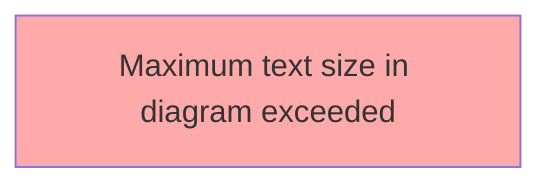
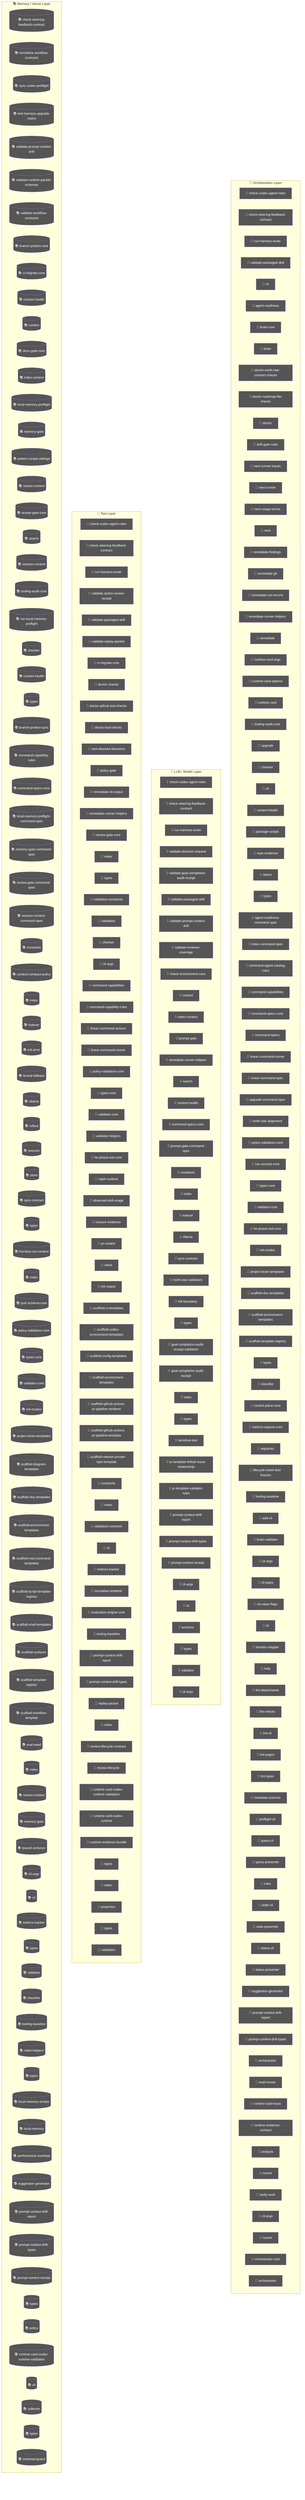
flowchart TD
  subgraph Orchestration["🎯 Orchestration Layer"]
    node_agent_mmd_orchestration_layer_orchestration_chec_7a9f0b64["🤖 check-codex-agent-roles"]
    node_agent_mmd_orchestration_layer_orchestration_chec_7fd47f5c["🤖 check-steering-feedback-contract"]
    node_agent_mmd_orchestration_layer_orchestration_run__18817957["🤖 run-harness-evals"]
    node_agent_mmd_orchestration_layer_orchestration_vali_c01b04be["🤖 validate-packaged-skill"]
    cli_99bb8840["🤖 cli"]
    agent_readiness_c82c68e6["🤖 agent-readiness"]
    brain_core_aa07c380["🤖 brain-core"]
    brain_bbbf7a64["🤖 brain"]
    doctor_north_star_contract_checks_0048124c["🤖 doctor-north-star-contract-checks"]
    doctor_roadmap_file_checks_14447b8e["🤖 doctor-roadmap-file-checks"]
    doctor_72f4be89["🤖 doctor"]
    drift_gate_rules_9685e72d["🤖 drift-gate-rules"]
    next_runner_inputs_754dba64["🤖 next-runner-inputs"]
    next_runner_41643472["🤖 next-runner"]
    next_usage_errors_837a345a["🤖 next-usage-errors"]
    next_c6c1c9a9["🤖 next"]
    remediate_findings_8b09c8c6["🤖 remediate-findings"]
    remediate_git_58c6f6f4["🤖 remediate-git"]
    remediate_run_record_9dfe5dc1["🤖 remediate-run-record"]
    node_agent_mmd_orchestration_layer_orchestration_reme_359fe98f["🤖 remediate-runner-helpers"]
    remediate_06b9c7fc["🤖 remediate"]
    runtime_card_args_2b3d4b28["🤖 runtime-card-args"]
    runtime_card_options_c9156ad5["🤖 runtime-card-options"]
    runtime_card_e06b53e1["🤖 runtime-card"]
    node_agent_mmd_orchestration_layer_orchestration_tool_acfe0c01["🤖 tooling-audit-core"]
    upgrade_7fef9479["🤖 upgrade"]
    node_agent_mmd_orchestration_layer_orchestration_chec_0550c395["🤖 checker"]
    cli_1_084e05fe["🤖 cli"]
    node_agent_mmd_orchestration_layer_orchestration_cont_61b3b9c9["🤖 context-health"]
    package_scripts_3ee6150f["🤖 package-scripts"]
    repo_evidence_38bb1de5["🤖 repo-evidence"]
    status_073c1634["🤖 status"]
    node_agent_mmd_orchestration_layer_orchestration_type_4f906dcc["🤖 types"]
    agent_readiness_command_spec_a30c2c1e["🤖 agent-readiness-command-spec"]
    brain_command_spec_15b122d5["🤖 brain-command-spec"]
    command_agent_catalog_rules_8e06b2af["🤖 command-agent-catalog-rules"]
    node_agent_mmd_orchestration_layer_orchestration_comm_6e41a7f7["🤖 command-capabilities"]
    node_agent_mmd_orchestration_layer_orchestration_comm_1f8cc24c["🤖 command-specs-core"]
    command_specs_69167c63["🤖 command-specs"]
    node_agent_mmd_orchestration_layer_orchestration_line_b67affd5["🤖 linear-command-runner"]
    linear_command_spec_1e12dd44["🤖 linear-command-spec"]
    upgrade_command_spec_03f6c7bd["🤖 upgrade-command-spec"]
    north_star_alignment_00440188["🤖 north-star-alignment"]
    node_agent_mmd_orchestration_layer_orchestration_poli_3270b55d["🤖 policy-validators-core"]
    run_records_core_89286dfa["🤖 run-records-core"]
    node_agent_mmd_orchestration_layer_orchestration_type_7cf81261["🤖 types-core"]
    node_agent_mmd_orchestration_layer_orchestration_vali_d9fe99e6["🤖 validator-core"]
    node_agent_mmd_orchestration_layer_orchestration_he_p_fc778c24["🤖 he-phase-exit-core"]
    node_agent_mmd_orchestration_layer_orchestration_init_2a9c3ecb["🤖 init-modes"]
    node_agent_mmd_orchestration_layer_orchestration_proj_6ab6f60f["🤖 project-brain-templates"]
    node_agent_mmd_orchestration_layer_orchestration_scaf_12cc07db["🤖 scaffold-doc-templates"]
    node_agent_mmd_orchestration_layer_orchestration_scaf_c9a90c2f["🤖 scaffold-environment-templates"]
    node_agent_mmd_orchestration_layer_orchestration_scaf_ff8f92f6["🤖 scaffold-template-registry"]
    types_16_0fae1112["🤖 types"]
    node_agent_mmd_orchestration_layer_orchestration_clas_899b821a["🤖 classifier"]
    control_plane_core_db3b4cb2["🤖 control-plane-core"]
    metrics_capture_core_db4bf7cf["🤖 metrics-capture-core"]
    registries_06402afa["🤖 registries"]
    lifecycle_intent_test_fixtures_a53c7ada["🤖 lifecycle-intent-test-fixtures"]
    node_agent_mmd_orchestration_layer_orchestration_tool_cc43149f["🤖 tooling-baseline"]
    add_cli_7614de25["🤖 add-cli"]
    brain_validator_be251832["🤖 brain-validator"]
    cli_args_8_d546936e["🤖 cli-args"]
    cli_types_1686e858["🤖 cli-types"]
    cli_value_flags_732a8e43["🤖 cli-value-flags"]
    cli_9_b54c1407["🤖 cli"]
    domain_mapper_cd9333d2["🤖 domain-mapper"]
    help_106a5842["🤖 help"]
    lint_attachments_873c0632["🤖 lint-attachments"]
    lint_checks_83522b19["🤖 lint-checks"]
    lint_cli_9ec62ec0["🤖 lint-cli"]
    lint_pages_e33301d0["🤖 lint-pages"]
    lint_types_2862c255["🤖 lint-types"]
    metadata_scanner_6a101b66["🤖 metadata-scanner"]
    preflight_cli_5d148379["🤖 preflight-cli"]
    query_cli_b95be64d["🤖 query-cli"]
    query_presenter_02e6077c["🤖 query-presenter"]
    rules_6c621d1a["🤖 rules"]
    stale_cli_64548720["🤖 stale-cli"]
    stale_presenter_1de4e3a2["🤖 stale-presenter"]
    status_cli_4c24a0d6["🤖 status-cli"]
    status_presenter_8de686c1["🤖 status-presenter"]
    node_agent_mmd_orchestration_layer_orchestration_sugg_85c5ebe3["🤖 suggestion-generator"]
    node_agent_mmd_orchestration_layer_orchestration_prom_d17b4de2["🤖 prompt-context-drift-report"]
    node_agent_mmd_orchestration_layer_orchestration_prom_77088997["🤖 prompt-context-drift-types"]
    orchestrator_11376b7e["🤖 orchestrator"]
    eval_runner_0966a6b3["🤖 eval-runner"]
    runtime_card_trace_64a5ca95["🤖 runtime-card-trace"]
    runtime_evidence_contract_0f7b15b2["🤖 runtime-evidence-contract"]
    analysis_f44e85c4["🤖 analysis"]
    runner_527aa9f4["🤖 runner"]
    verify_work_1_cd8e7ec3["🤖 verify-work"]
    cli_args_14_3481043e["🤖 cli-args"]
    runner_1_6f281bf8["🤖 runner"]
    orchestrator_core_d0678b53["🤖 orchestrator-core"]
    orchestrator_1_6b7137c5["🤖 orchestrator"]
  end
  subgraph LLMLayer["🧠 LLM / Model Layer"]
    node_agent_mmd_llm_model_layer_llmlayer_check_codex_a_29e7b7fa["💡 check-codex-agent-roles"]
    node_agent_mmd_llm_model_layer_llmlayer_check_steerin_0e1bf90d["💡 check-steering-feedback-contract"]
    node_agent_mmd_llm_model_layer_llmlayer_run_harness_e_603fcfdc["💡 run-harness-evals"]
    validate_decision_request_2e5c325e["💡 validate-decision-request"]
    validate_goal_completion_audit_receipt_100d252c["💡 validate-goal-completion-audit-receipt"]
    node_agent_mmd_llm_model_layer_llmlayer_validate_pack_2a12e1f4["💡 validate-packaged-skill"]
    node_agent_mmd_llm_model_layer_llmlayer_validate_prom_9880f764["💡 validate-prompt-context-drift"]
    validate_reviewer_coverage_251efee3["💡 validate-reviewer-coverage"]
    check_environment_core_2c16213f["💡 check-environment-core"]
    node_agent_mmd_llm_model_layer_llmlayer_context_conte_ad2dfbd9["💡 context"]
    node_agent_mmd_llm_model_layer_llmlayer_index_context_1041bd11["💡 index-context"]
    prompt_gate_c5e9d207["💡 prompt-gate"]
    node_agent_mmd_llm_model_layer_llmlayer_remediate_run_9e3d4585["💡 remediate-runner-helpers"]
    node_agent_mmd_llm_model_layer_llmlayer_search_search_66b9a911["💡 search"]
    node_agent_mmd_llm_model_layer_llmlayer_context_healt_cfc0bfa8["💡 context-health"]
    node_agent_mmd_llm_model_layer_llmlayer_command_specs_782af9fa["💡 command-specs-core"]
    prompt_gate_command_spec_9a941482["💡 prompt-gate-command-spec"]
    node_agent_mmd_llm_model_layer_llmlayer_constants_con_c9bd3f6c["💡 constants"]
    node_agent_mmd_llm_model_layer_llmlayer_index_index_1_02e160ff["💡 index"]
    node_agent_mmd_llm_model_layer_llmlayer_indexer_index_4f4deef5["💡 indexer"]
    node_agent_mmd_llm_model_layer_llmlayer_ollama_ollama_968b23fa["💡 ollama"]
    node_agent_mmd_llm_model_layer_llmlayer_sync_contract_9f3cc8c1["💡 sync-contract"]
    north_star_validators_cfc926ce["💡 north-star-validators"]
    hilt_boundary_9b36fb15["💡 hilt-boundary"]
    types_10_75e5a4a0["💡 types"]
    goal_completion_audit_receipt_validation_9d0f4891["💡 goal-completion-audit-receipt-validation"]
    goal_completion_audit_receipt_5e4939c3["💡 goal-completion-audit-receipt"]
    index_5_522f772a["💡 index"]
    node_agent_mmd_llm_model_layer_llmlayer_constants_con_c9bd3f6c["💡 constants"]
    types_17_ed30531c["💡 types"]
    sensitive_text_7c11f760["💡 sensitive-text"]
    pr_template_linked_issue_relationship_a7b61f2c["💡 pr-template-linked-issue-relationship"]
    pr_template_validator_rules_20a32d6b["💡 pr-template-validator-rules"]
    node_agent_mmd_llm_model_layer_llmlayer_index_index_1_02e160ff["💡 index"]
    node_agent_mmd_llm_model_layer_llmlayer_prompt_contex_81f9066a["💡 prompt-context-drift-report"]
    node_agent_mmd_llm_model_layer_llmlayer_prompt_contex_e5066b88["💡 prompt-context-drift-types"]
    node_agent_mmd_llm_model_layer_llmlayer_index_index_1_02e160ff["💡 index"]
    node_agent_mmd_llm_model_layer_llmlayer_prompt_contex_6426acc2["💡 prompt-context-receipt"]
    cli_args_9_9c136878["💡 cli-args"]
    cli_10_35dc8cbd["💡 cli"]
    sections_4697ef32["💡 sections"]
    types_27_4d134744["💡 types"]
    validator_7_f836eb0e["💡 validator"]
    cli_args_10_861cdd3f["💡 cli-args"]
  end
  subgraph ToolLayer["🔧 Tool Layer"]
    node_agent_mmd_tool_layer_toollayer_check_codex_agent_4b361d5a["🔧 check-codex-agent-roles"]
    node_agent_mmd_tool_layer_toollayer_check_steering_fe_eafecf3a["🔧 check-steering-feedback-contract"]
    node_agent_mmd_tool_layer_toollayer_run_harness_evals_e2ee24f1["🔧 run-harness-evals"]
    validate_action_review_receipt_fa2f06c3["🔧 validate-action-review-receipt"]
    node_agent_mmd_tool_layer_toollayer_validate_packaged_2855c827["🔧 validate-packaged-skill"]
    validate_replay_packet_f309747e["🔧 validate-replay-packet"]
    node_agent_mmd_tool_layer_toollayer_ci_migrate_core_c_049f8460["🔧 ci-migrate-core"]
    doctor_checks_5a2eb2b9["🔧 doctor-checks"]
    doctor_github_tool_checks_a53b0382["🔧 doctor-github-tool-checks"]
    doctor_tool_checks_4acac51a["🔧 doctor-tool-checks"]
    next_blocked_decisions_4140ad2b["🔧 next-blocked-decisions"]
    policy_gate_213f7313["🔧 policy-gate"]
    remediate_cli_output_cc165396["🔧 remediate-cli-output"]
    node_agent_mmd_tool_layer_toollayer_remediate_runner__c003b871["🔧 remediate-runner-helpers"]
    node_agent_mmd_tool_layer_toollayer_review_gate_core__7704598b["🔧 review-gate-core"]
    index_1bc04b52["🔧 index"]
    types_1_4ecdf56e["🔧 types"]
    validation_constants_e002a0f6["🔧 validation-constants"]
    validation_98c41dcd["🔧 validation"]
    node_agent_mmd_tool_layer_toollayer_checker_checker_2_453d593b["🔧 checker"]
    cli_args_1_6144b055["🔧 cli-args"]
    node_agent_mmd_tool_layer_toollayer_command_capabilit_7fe13db1["🔧 command-capabilities"]
    node_agent_mmd_tool_layer_toollayer_command_capabilit_e97a4615["🔧 command-capability-rules"]
    linear_command_actions_e430f4f4["🔧 linear-command-actions"]
    node_agent_mmd_tool_layer_toollayer_linear_command_ru_d6763748["🔧 linear-command-runner"]
    node_agent_mmd_tool_layer_toollayer_policy_validators_af136abf["🔧 policy-validators-core"]
    node_agent_mmd_tool_layer_toollayer_types_core_types__6c8319b6["🔧 types-core"]
    node_agent_mmd_tool_layer_toollayer_validator_core_va_6ef6131f["🔧 validator-core"]
    validator_helpers_7b927667["🔧 validator-helpers"]
    node_agent_mmd_tool_layer_toollayer_he_phase_exit_cor_af016160["🔧 he-phase-exit-core"]
    ralph_runtime_73d63c0e["🔧 ralph-runtime"]
    observed_skill_usage_ed7d5930["🔧 observed-skill-usage"]
    closure_evidence_aaa31467["🔧 closure-evidence"]
    pr_creator_dc6b1ea4["🔧 pr-creator"]
    client_948fe603["🔧 client"]
    init_output_360dce91["🔧 init-output"]
    scaffold_ci_templates_2afd6392["🔧 scaffold-ci-templates"]
    scaffold_codex_environment_templates_334fbbed["🔧 scaffold-codex-environment-templates"]
    scaffold_config_templates_4b80ce53["🔧 scaffold-config-templates"]
    node_agent_mmd_tool_layer_toollayer_scaffold_environm_c1afc013["🔧 scaffold-environment-templates"]
    scaffold_github_actions_pr_pipeline_renderer_1ee18de5["🔧 scaffold-github-actions-pr-pipeline-renderer"]
    scaffold_github_actions_pr_pipeline_template_e2b85f62["🔧 scaffold-github-actions-pr-pipeline-template"]
    scaffold_release_private_npm_template_075499f8["🔧 scaffold-release-private-npm-template"]
    node_agent_mmd_tool_layer_toollayer_constants_constan_9d71b829["🔧 constants"]
    index_9_32dd4d91["🔧 index"]
    validation_common_6161e48b["🔧 validation-common"]
    node_agent_mmd_tool_layer_toollayer_cli_cli_2_1_32d9eeaf["🔧 cli"]
    node_agent_mmd_tool_layer_toollayer_metrics_tracker_m_4c9237d8["🔧 metrics-tracker"]
    normalise_renderer_85f2e563["🔧 normalise-renderer"]
    evaluation_engine_core_e054fe49["🔧 evaluation-engine-core"]
    node_agent_mmd_tool_layer_toollayer_tooling_baseline__61e66e9f["🔧 tooling-baseline"]
    node_agent_mmd_tool_layer_toollayer_prompt_context_dr_a2772f2b["🔧 prompt-context-drift-report"]
    node_agent_mmd_tool_layer_toollayer_prompt_context_dr_bd82da46["🔧 prompt-context-drift-types"]
    replay_packet_a1293f88["🔧 replay-packet"]
    index_14_d982116c["🔧 index"]
    review_lifecycle_contract_e5447221["🔧 review-lifecycle-contract"]
    review_lifecycle_89afa64c["🔧 review-lifecycle"]
    node_agent_mmd_tool_layer_toollayer_runtime_card_code_3636ceac["🔧 runtime-card-codex-runtime-validation"]
    runtime_card_codex_runtime_0655e230["🔧 runtime-card-codex-runtime"]
    runtime_evidence_bundle_d471a232["🔧 runtime-evidence-bundle"]
    types_36_674380ec["🔧 types"]
    index_17_642943a2["🔧 index"]
    projection_1b250ea1["🔧 projection"]
    types_38_e8efcd57["🔧 types"]
    validation_7_c4e6d8b6["🔧 validation"]
  end
  subgraph MemoryLayer["📚 Memory / Vector Layer"]
    node_agent_mmd_memory_vector_layer_memorylayer_check__64c86928[("📚 check-steering-feedback-contract")]
    normalize_workflow_contracts_8701f1c8[("📚 normalize-workflow-contracts")]
    sync_codex_preflight_7e7a8dc2[("📚 sync-codex-preflight")]
    test_harness_upgrade_matrix_84113c4e[("📚 test-harness-upgrade-matrix")]
    node_agent_mmd_memory_vector_layer_memorylayer_valida_c52c4db8[("📚 validate-prompt-context-drift")]
    validate_runtime_packet_schemas_bc3ba8ec[("📚 validate-runtime-packet-schemas")]
    validate_workflow_contracts_33dc063c[("📚 validate-workflow-contracts")]
    branch_protect_core_a8feb0fd[("📚 branch-protect-core")]
    node_agent_mmd_memory_vector_layer_memorylayer_ci_mig_0cd5b1a4[("📚 ci-migrate-core")]
    context_health_80bb7da9[("📚 context-health")]
    node_agent_mmd_memory_vector_layer_memorylayer_contex_78ceaaa9[("📚 context")]
    docs_gate_core_eb9b6c18[("📚 docs-gate-core")]
    node_agent_mmd_memory_vector_layer_memorylayer_index__6f3402d0[("📚 index-context")]
    local_memory_preflight_dcc36c42[("📚 local-memory-preflight")]
    memory_gate_a577a506[("📚 memory-gate")]
    pattern_scope_siblings_43abe000[("📚 pattern-scope-siblings")]
    review_context_ca6cf81d[("📚 review-context")]
    node_agent_mmd_memory_vector_layer_memorylayer_review_5bee9816[("📚 review-gate-core")]
    node_agent_mmd_memory_vector_layer_memorylayer_search_ac35cb7e[("📚 search")]
    session_context_e5ec72c0[("📚 session-context")]
    node_agent_mmd_memory_vector_layer_memorylayer_toolin_a1185b8f[("📚 tooling-audit-core")]
    run_local_memory_preflight_36e92808[("📚 run-local-memory-preflight")]
    node_agent_mmd_memory_vector_layer_memorylayer_checke_a583eb4f[("📚 checker")]
    node_agent_mmd_memory_vector_layer_memorylayer_contex_3204aa0e[("📚 context-health")]
    node_agent_mmd_memory_vector_layer_memorylayer_types__9ad640a0[("📚 types")]
    branch_protect_sync_570adb18[("📚 branch-protect-sync")]
    node_agent_mmd_memory_vector_layer_memorylayer_comman_c72a5d05[("📚 command-capability-rules")]
    node_agent_mmd_memory_vector_layer_memorylayer_comman_111eb454[("📚 command-specs-core")]
    local_memory_preflight_command_spec_9e23f3ce[("📚 local-memory-preflight-command-spec")]
    memory_gate_command_spec_dc9001a9[("📚 memory-gate-command-spec")]
    review_gate_command_spec_3187376a[("📚 review-gate-command-spec")]
    session_context_command_spec_973afbb1[("📚 session-context-command-spec")]
    node_agent_mmd_memory_vector_layer_memorylayer_consta_702d3f46[("📚 constants")]
    context_compact_policy_3dcaf95d[("📚 context-compact-policy")]
    node_agent_mmd_memory_vector_layer_memorylayer_index__752bc61e[("📚 index")]
    node_agent_mmd_memory_vector_layer_memorylayer_indexe_93e6d86f[("📚 indexer")]
    init_error_5c7dd49f[("📚 init-error")]
    lexical_fallback_723e2b3e[("📚 lexical-fallback")]
    node_agent_mmd_memory_vector_layer_memorylayer_ollama_6d51be16[("📚 ollama")]
    rollout_a4fa034c[("📚 rollout")]
    sources_878a52fc[("📚 sources")]
    store_824d80d7[("📚 store")]
    node_agent_mmd_memory_vector_layer_memorylayer_sync_c_e43418bc[("📚 sync-contract")]
    types_8_f6283648[("📚 types")]
    harness_run_context_ac7c77a9[("📚 harness-run-context")]
    index_4_013aa0e3[("📚 index")]
    json_schema_core_96d7e328[("📚 json-schema-core")]
    node_agent_mmd_memory_vector_layer_memorylayer_policy_1944de42[("📚 policy-validators-core")]
    node_agent_mmd_memory_vector_layer_memorylayer_types__83f369fa[("📚 types-core")]
    node_agent_mmd_memory_vector_layer_memorylayer_valida_41034356[("📚 validator-core")]
    node_agent_mmd_memory_vector_layer_memorylayer_init_m_333d02c5[("📚 init-modes")]
    node_agent_mmd_memory_vector_layer_memorylayer_projec_3ae304d9[("📚 project-brain-templates")]
    scaffold_diagram_templates_dd88e83c[("📚 scaffold-diagram-templates")]
    node_agent_mmd_memory_vector_layer_memorylayer_scaffo_5fd73b94[("📚 scaffold-doc-templates")]
    node_agent_mmd_memory_vector_layer_memorylayer_scaffo_12b42341[("📚 scaffold-environment-templates")]
    scaffold_root_command_templates_404fed7f[("📚 scaffold-root-command-templates")]
    scaffold_script_template_registry_69312d4e[("📚 scaffold-script-template-registry")]
    scaffold_shell_templates_0ad0f915[("📚 scaffold-shell-templates")]
    scaffold_surfaces_12d6494e[("📚 scaffold-surfaces")]
    node_agent_mmd_memory_vector_layer_memorylayer_scaffo_a86eece1[("📚 scaffold-template-registry")]
    scaffold_workflow_template_92310587[("📚 scaffold-workflow-template")]
    eval_seed_5699fd3e[("📚 eval-seed")]
    index_10_f6785a46[("📚 index")]
    review_context_1_e3afed15[("📚 review-context")]
    memory_gate_1_265164ac[("📚 memory-gate")]
    branch_enforcer_acb749cd[("📚 branch-enforcer")]
    cli_args_5_09ea29f0[("📚 cli-args")]
    node_agent_mmd_memory_vector_layer_memorylayer_cli_cl_1f1f89ab[("📚 cli")]
    node_agent_mmd_memory_vector_layer_memorylayer_metric_12562178[("📚 metrics-tracker")]
    types_19_eb4ad5f0[("📚 types")]
    validator_5_b19ac2be[("📚 validator")]
    node_agent_mmd_memory_vector_layer_memorylayer_classi_1ebbf5ff[("📚 classifier")]
    node_agent_mmd_memory_vector_layer_memorylayer_toolin_14f86b00[("📚 tooling-baseline")]
    claim_helpers_20dc8387[("📚 claim-helpers")]
    types_24_c63dc1a7[("📚 types")]
    local_memory_smoke_1175abfc[("📚 local-memory-smoke")]
    local_memory_0db17ecc[("📚 local-memory")]
    performance_overload_c685bfcf[("📚 performance-overload")]
    node_agent_mmd_memory_vector_layer_memorylayer_sugges_267f408d[("📚 suggestion-generator")]
    node_agent_mmd_memory_vector_layer_memorylayer_index__752bc61e[("📚 index")]
    node_agent_mmd_memory_vector_layer_memorylayer_prompt_ae34fc43[("📚 prompt-context-drift-report")]
    node_agent_mmd_memory_vector_layer_memorylayer_prompt_efd77624[("📚 prompt-context-drift-types")]
    node_agent_mmd_memory_vector_layer_memorylayer_index__752bc61e[("📚 index")]
    node_agent_mmd_memory_vector_layer_memorylayer_prompt_55c0d605[("📚 prompt-context-receipt")]
    types_31_eb363e20[("📚 types")]
    policy_1_fc4198db[("📚 policy")]
    node_agent_mmd_memory_vector_layer_memorylayer_runtim_a5d23e7f[("📚 runtime-card-codex-runtime-validation")]
    cli_11_338a8415[("📚 cli")]
    collector_0736fd5b[("📚 collector")]
    types_34_85e6a0bb[("📚 types")]
    overload_guard_2748c559[("📚 overload-guard")]
  end
  classDef agentNode fill:#555,color:#fff
  class node_agent_mmd_orchestration_layer_orchestration_chec_7a9f0b64,node_agent_mmd_llm_model_layer_llmlayer_check_codex_a_29e7b7fa,node_agent_mmd_tool_layer_toollayer_check_codex_agent_4b361d5a,node_agent_mmd_orchestration_layer_orchestration_chec_7fd47f5c,node_agent_mmd_llm_model_layer_llmlayer_check_steerin_0e1bf90d,node_agent_mmd_tool_layer_toollayer_check_steering_fe_eafecf3a,node_agent_mmd_memory_vector_layer_memorylayer_check__64c86928,node_agent_mmd_orchestration_layer_orchestration_run__18817957,node_agent_mmd_llm_model_layer_llmlayer_run_harness_e_603fcfdc,node_agent_mmd_tool_layer_toollayer_run_harness_evals_e2ee24f1,node_agent_mmd_orchestration_layer_orchestration_vali_c01b04be,node_agent_mmd_llm_model_layer_llmlayer_validate_pack_2a12e1f4,node_agent_mmd_tool_layer_toollayer_validate_packaged_2855c827,cli_99bb8840,agent_readiness_c82c68e6,brain_core_aa07c380,brain_bbbf7a64,doctor_north_star_contract_checks_0048124c,doctor_roadmap_file_checks_14447b8e,doctor_72f4be89,drift_gate_rules_9685e72d,next_runner_inputs_754dba64,next_runner_41643472,next_usage_errors_837a345a,next_c6c1c9a9,remediate_findings_8b09c8c6,remediate_git_58c6f6f4,remediate_run_record_9dfe5dc1,node_agent_mmd_orchestration_layer_orchestration_reme_359fe98f,node_agent_mmd_llm_model_layer_llmlayer_remediate_run_9e3d4585,node_agent_mmd_tool_layer_toollayer_remediate_runner__c003b871,remediate_06b9c7fc,runtime_card_args_2b3d4b28,runtime_card_options_c9156ad5,runtime_card_e06b53e1,node_agent_mmd_orchestration_layer_orchestration_tool_acfe0c01,node_agent_mmd_memory_vector_layer_memorylayer_toolin_a1185b8f,upgrade_7fef9479,node_agent_mmd_orchestration_layer_orchestration_chec_0550c395,node_agent_mmd_tool_layer_toollayer_checker_checker_2_453d593b,node_agent_mmd_memory_vector_layer_memorylayer_checke_a583eb4f,cli_1_084e05fe,node_agent_mmd_orchestration_layer_orchestration_cont_61b3b9c9,node_agent_mmd_llm_model_layer_llmlayer_context_healt_cfc0bfa8,node_agent_mmd_memory_vector_layer_memorylayer_contex_3204aa0e,package_scripts_3ee6150f,repo_evidence_38bb1de5,status_073c1634,node_agent_mmd_orchestration_layer_orchestration_type_4f906dcc,node_agent_mmd_memory_vector_layer_memorylayer_types__9ad640a0,agent_readiness_command_spec_a30c2c1e,brain_command_spec_15b122d5,command_agent_catalog_rules_8e06b2af,node_agent_mmd_orchestration_layer_orchestration_comm_6e41a7f7,node_agent_mmd_tool_layer_toollayer_command_capabilit_7fe13db1,node_agent_mmd_orchestration_layer_orchestration_comm_1f8cc24c,node_agent_mmd_llm_model_layer_llmlayer_command_specs_782af9fa,node_agent_mmd_memory_vector_layer_memorylayer_comman_111eb454,command_specs_69167c63,node_agent_mmd_orchestration_layer_orchestration_line_b67affd5,node_agent_mmd_tool_layer_toollayer_linear_command_ru_d6763748,linear_command_spec_1e12dd44,upgrade_command_spec_03f6c7bd,north_star_alignment_00440188,node_agent_mmd_orchestration_layer_orchestration_poli_3270b55d,node_agent_mmd_tool_layer_toollayer_policy_validators_af136abf,node_agent_mmd_memory_vector_layer_memorylayer_policy_1944de42,run_records_core_89286dfa,node_agent_mmd_orchestration_layer_orchestration_type_7cf81261,node_agent_mmd_tool_layer_toollayer_types_core_types__6c8319b6,node_agent_mmd_memory_vector_layer_memorylayer_types__83f369fa,node_agent_mmd_orchestration_layer_orchestration_vali_d9fe99e6,node_agent_mmd_tool_layer_toollayer_validator_core_va_6ef6131f,node_agent_mmd_memory_vector_layer_memorylayer_valida_41034356,node_agent_mmd_orchestration_layer_orchestration_he_p_fc778c24,node_agent_mmd_tool_layer_toollayer_he_phase_exit_cor_af016160,node_agent_mmd_orchestration_layer_orchestration_init_2a9c3ecb,node_agent_mmd_memory_vector_layer_memorylayer_init_m_333d02c5,node_agent_mmd_orchestration_layer_orchestration_proj_6ab6f60f,node_agent_mmd_memory_vector_layer_memorylayer_projec_3ae304d9,node_agent_mmd_orchestration_layer_orchestration_scaf_12cc07db,node_agent_mmd_memory_vector_layer_memorylayer_scaffo_5fd73b94,node_agent_mmd_orchestration_layer_orchestration_scaf_c9a90c2f,node_agent_mmd_tool_layer_toollayer_scaffold_environm_c1afc013,node_agent_mmd_memory_vector_layer_memorylayer_scaffo_12b42341,node_agent_mmd_orchestration_layer_orchestration_scaf_ff8f92f6,node_agent_mmd_memory_vector_layer_memorylayer_scaffo_a86eece1,types_16_0fae1112,node_agent_mmd_orchestration_layer_orchestration_clas_899b821a,node_agent_mmd_memory_vector_layer_memorylayer_classi_1ebbf5ff,control_plane_core_db3b4cb2,metrics_capture_core_db4bf7cf,registries_06402afa,lifecycle_intent_test_fixtures_a53c7ada,node_agent_mmd_orchestration_layer_orchestration_tool_cc43149f,node_agent_mmd_tool_layer_toollayer_tooling_baseline__61e66e9f,node_agent_mmd_memory_vector_layer_memorylayer_toolin_14f86b00,add_cli_7614de25,brain_validator_be251832,cli_args_8_d546936e,cli_types_1686e858,cli_value_flags_732a8e43,cli_9_b54c1407,domain_mapper_cd9333d2,help_106a5842,lint_attachments_873c0632,lint_checks_83522b19,lint_cli_9ec62ec0,lint_pages_e33301d0,lint_types_2862c255,metadata_scanner_6a101b66,preflight_cli_5d148379,query_cli_b95be64d,query_presenter_02e6077c,rules_6c621d1a,stale_cli_64548720,stale_presenter_1de4e3a2,status_cli_4c24a0d6,status_presenter_8de686c1,node_agent_mmd_orchestration_layer_orchestration_sugg_85c5ebe3,node_agent_mmd_memory_vector_layer_memorylayer_sugges_267f408d,node_agent_mmd_orchestration_layer_orchestration_prom_d17b4de2,node_agent_mmd_llm_model_layer_llmlayer_prompt_contex_81f9066a,node_agent_mmd_tool_layer_toollayer_prompt_context_dr_a2772f2b,node_agent_mmd_memory_vector_layer_memorylayer_prompt_ae34fc43,node_agent_mmd_orchestration_layer_orchestration_prom_77088997,node_agent_mmd_llm_model_layer_llmlayer_prompt_contex_e5066b88,node_agent_mmd_tool_layer_toollayer_prompt_context_dr_bd82da46,node_agent_mmd_memory_vector_layer_memorylayer_prompt_efd77624,orchestrator_11376b7e,eval_runner_0966a6b3,runtime_card_trace_64a5ca95,runtime_evidence_contract_0f7b15b2,analysis_f44e85c4,runner_527aa9f4,verify_work_1_cd8e7ec3,cli_args_14_3481043e,runner_1_6f281bf8,orchestrator_core_d0678b53,orchestrator_1_6b7137c5 agentNode
  classDef llmNode fill:#555,color:#fff
  class node_agent_mmd_orchestration_layer_orchestration_chec_7a9f0b64,node_agent_mmd_llm_model_layer_llmlayer_check_codex_a_29e7b7fa,node_agent_mmd_tool_layer_toollayer_check_codex_agent_4b361d5a,node_agent_mmd_orchestration_layer_orchestration_chec_7fd47f5c,node_agent_mmd_llm_model_layer_llmlayer_check_steerin_0e1bf90d,node_agent_mmd_tool_layer_toollayer_check_steering_fe_eafecf3a,node_agent_mmd_memory_vector_layer_memorylayer_check__64c86928,node_agent_mmd_orchestration_layer_orchestration_run__18817957,node_agent_mmd_llm_model_layer_llmlayer_run_harness_e_603fcfdc,node_agent_mmd_tool_layer_toollayer_run_harness_evals_e2ee24f1,validate_decision_request_2e5c325e,validate_goal_completion_audit_receipt_100d252c,node_agent_mmd_orchestration_layer_orchestration_vali_c01b04be,node_agent_mmd_llm_model_layer_llmlayer_validate_pack_2a12e1f4,node_agent_mmd_tool_layer_toollayer_validate_packaged_2855c827,node_agent_mmd_llm_model_layer_llmlayer_validate_prom_9880f764,node_agent_mmd_memory_vector_layer_memorylayer_valida_c52c4db8,validate_reviewer_coverage_251efee3,check_environment_core_2c16213f,node_agent_mmd_llm_model_layer_llmlayer_context_conte_ad2dfbd9,node_agent_mmd_memory_vector_layer_memorylayer_contex_78ceaaa9,node_agent_mmd_llm_model_layer_llmlayer_index_context_1041bd11,node_agent_mmd_memory_vector_layer_memorylayer_index__6f3402d0,prompt_gate_c5e9d207,node_agent_mmd_orchestration_layer_orchestration_reme_359fe98f,node_agent_mmd_llm_model_layer_llmlayer_remediate_run_9e3d4585,node_agent_mmd_tool_layer_toollayer_remediate_runner__c003b871,node_agent_mmd_llm_model_layer_llmlayer_search_search_66b9a911,node_agent_mmd_memory_vector_layer_memorylayer_search_ac35cb7e,node_agent_mmd_orchestration_layer_orchestration_cont_61b3b9c9,node_agent_mmd_llm_model_layer_llmlayer_context_healt_cfc0bfa8,node_agent_mmd_memory_vector_layer_memorylayer_contex_3204aa0e,node_agent_mmd_orchestration_layer_orchestration_comm_1f8cc24c,node_agent_mmd_llm_model_layer_llmlayer_command_specs_782af9fa,node_agent_mmd_memory_vector_layer_memorylayer_comman_111eb454,prompt_gate_command_spec_9a941482,node_agent_mmd_llm_model_layer_llmlayer_constants_con_c9bd3f6c,node_agent_mmd_memory_vector_layer_memorylayer_consta_702d3f46,node_agent_mmd_llm_model_layer_llmlayer_index_index_1_02e160ff,node_agent_mmd_memory_vector_layer_memorylayer_index__752bc61e,node_agent_mmd_llm_model_layer_llmlayer_indexer_index_4f4deef5,node_agent_mmd_memory_vector_layer_memorylayer_indexe_93e6d86f,node_agent_mmd_llm_model_layer_llmlayer_ollama_ollama_968b23fa,node_agent_mmd_memory_vector_layer_memorylayer_ollama_6d51be16,node_agent_mmd_llm_model_layer_llmlayer_sync_contract_9f3cc8c1,node_agent_mmd_memory_vector_layer_memorylayer_sync_c_e43418bc,north_star_validators_cfc926ce,hilt_boundary_9b36fb15,types_10_75e5a4a0,goal_completion_audit_receipt_validation_9d0f4891,goal_completion_audit_receipt_5e4939c3,index_5_522f772a,node_agent_mmd_tool_layer_toollayer_constants_constan_9d71b829,types_17_ed30531c,sensitive_text_7c11f760,pr_template_linked_issue_relationship_a7b61f2c,pr_template_validator_rules_20a32d6b,node_agent_mmd_orchestration_layer_orchestration_prom_d17b4de2,node_agent_mmd_llm_model_layer_llmlayer_prompt_contex_81f9066a,node_agent_mmd_tool_layer_toollayer_prompt_context_dr_a2772f2b,node_agent_mmd_memory_vector_layer_memorylayer_prompt_ae34fc43,node_agent_mmd_orchestration_layer_orchestration_prom_77088997,node_agent_mmd_llm_model_layer_llmlayer_prompt_contex_e5066b88,node_agent_mmd_tool_layer_toollayer_prompt_context_dr_bd82da46,node_agent_mmd_memory_vector_layer_memorylayer_prompt_efd77624,node_agent_mmd_llm_model_layer_llmlayer_prompt_contex_6426acc2,node_agent_mmd_memory_vector_layer_memorylayer_prompt_55c0d605,cli_args_9_9c136878,cli_10_35dc8cbd,sections_4697ef32,types_27_4d134744,validator_7_f836eb0e,cli_args_10_861cdd3f llmNode
  classDef toolNode fill:#555,color:#fff
  class node_agent_mmd_orchestration_layer_orchestration_chec_7a9f0b64,node_agent_mmd_llm_model_layer_llmlayer_check_codex_a_29e7b7fa,node_agent_mmd_tool_layer_toollayer_check_codex_agent_4b361d5a,node_agent_mmd_orchestration_layer_orchestration_chec_7fd47f5c,node_agent_mmd_llm_model_layer_llmlayer_check_steerin_0e1bf90d,node_agent_mmd_tool_layer_toollayer_check_steering_fe_eafecf3a,node_agent_mmd_memory_vector_layer_memorylayer_check__64c86928,node_agent_mmd_orchestration_layer_orchestration_run__18817957,node_agent_mmd_llm_model_layer_llmlayer_run_harness_e_603fcfdc,node_agent_mmd_tool_layer_toollayer_run_harness_evals_e2ee24f1,validate_action_review_receipt_fa2f06c3,node_agent_mmd_orchestration_layer_orchestration_vali_c01b04be,node_agent_mmd_llm_model_layer_llmlayer_validate_pack_2a12e1f4,node_agent_mmd_tool_layer_toollayer_validate_packaged_2855c827,validate_replay_packet_f309747e,node_agent_mmd_tool_layer_toollayer_ci_migrate_core_c_049f8460,node_agent_mmd_memory_vector_layer_memorylayer_ci_mig_0cd5b1a4,doctor_checks_5a2eb2b9,doctor_github_tool_checks_a53b0382,doctor_tool_checks_4acac51a,next_blocked_decisions_4140ad2b,policy_gate_213f7313,remediate_cli_output_cc165396,node_agent_mmd_orchestration_layer_orchestration_reme_359fe98f,node_agent_mmd_llm_model_layer_llmlayer_remediate_run_9e3d4585,node_agent_mmd_tool_layer_toollayer_remediate_runner__c003b871,node_agent_mmd_tool_layer_toollayer_review_gate_core__7704598b,node_agent_mmd_memory_vector_layer_memorylayer_review_5bee9816,index_1bc04b52,types_1_4ecdf56e,validation_constants_e002a0f6,validation_98c41dcd,node_agent_mmd_orchestration_layer_orchestration_chec_0550c395,node_agent_mmd_tool_layer_toollayer_checker_checker_2_453d593b,node_agent_mmd_memory_vector_layer_memorylayer_checke_a583eb4f,cli_args_1_6144b055,node_agent_mmd_orchestration_layer_orchestration_comm_6e41a7f7,node_agent_mmd_tool_layer_toollayer_command_capabilit_7fe13db1,node_agent_mmd_tool_layer_toollayer_command_capabilit_e97a4615,node_agent_mmd_memory_vector_layer_memorylayer_comman_c72a5d05,linear_command_actions_e430f4f4,node_agent_mmd_orchestration_layer_orchestration_line_b67affd5,node_agent_mmd_tool_layer_toollayer_linear_command_ru_d6763748,node_agent_mmd_orchestration_layer_orchestration_poli_3270b55d,node_agent_mmd_tool_layer_toollayer_policy_validators_af136abf,node_agent_mmd_memory_vector_layer_memorylayer_policy_1944de42,node_agent_mmd_orchestration_layer_orchestration_type_7cf81261,node_agent_mmd_tool_layer_toollayer_types_core_types__6c8319b6,node_agent_mmd_memory_vector_layer_memorylayer_types__83f369fa,node_agent_mmd_orchestration_layer_orchestration_vali_d9fe99e6,node_agent_mmd_tool_layer_toollayer_validator_core_va_6ef6131f,node_agent_mmd_memory_vector_layer_memorylayer_valida_41034356,validator_helpers_7b927667,node_agent_mmd_orchestration_layer_orchestration_he_p_fc778c24,node_agent_mmd_tool_layer_toollayer_he_phase_exit_cor_af016160,ralph_runtime_73d63c0e,observed_skill_usage_ed7d5930,closure_evidence_aaa31467,pr_creator_dc6b1ea4,client_948fe603,init_output_360dce91,scaffold_ci_templates_2afd6392,scaffold_codex_environment_templates_334fbbed,scaffold_config_templates_4b80ce53,node_agent_mmd_orchestration_layer_orchestration_scaf_c9a90c2f,node_agent_mmd_tool_layer_toollayer_scaffold_environm_c1afc013,node_agent_mmd_memory_vector_layer_memorylayer_scaffo_12b42341,scaffold_github_actions_pr_pipeline_renderer_1ee18de5,scaffold_github_actions_pr_pipeline_template_e2b85f62,scaffold_release_private_npm_template_075499f8,node_agent_mmd_llm_model_layer_llmlayer_constants_con_c9bd3f6c,node_agent_mmd_tool_layer_toollayer_constants_constan_9d71b829,index_9_32dd4d91,validation_common_6161e48b,node_agent_mmd_tool_layer_toollayer_cli_cli_2_1_32d9eeaf,node_agent_mmd_memory_vector_layer_memorylayer_cli_cl_1f1f89ab,node_agent_mmd_tool_layer_toollayer_metrics_tracker_m_4c9237d8,node_agent_mmd_memory_vector_layer_memorylayer_metric_12562178,normalise_renderer_85f2e563,evaluation_engine_core_e054fe49,node_agent_mmd_orchestration_layer_orchestration_tool_cc43149f,node_agent_mmd_tool_layer_toollayer_tooling_baseline__61e66e9f,node_agent_mmd_memory_vector_layer_memorylayer_toolin_14f86b00,node_agent_mmd_orchestration_layer_orchestration_prom_d17b4de2,node_agent_mmd_llm_model_layer_llmlayer_prompt_contex_81f9066a,node_agent_mmd_tool_layer_toollayer_prompt_context_dr_a2772f2b,node_agent_mmd_memory_vector_layer_memorylayer_prompt_ae34fc43,node_agent_mmd_orchestration_layer_orchestration_prom_77088997,node_agent_mmd_llm_model_layer_llmlayer_prompt_contex_e5066b88,node_agent_mmd_tool_layer_toollayer_prompt_context_dr_bd82da46,node_agent_mmd_memory_vector_layer_memorylayer_prompt_efd77624,replay_packet_a1293f88,index_14_d982116c,review_lifecycle_contract_e5447221,review_lifecycle_89afa64c,node_agent_mmd_tool_layer_toollayer_runtime_card_code_3636ceac,node_agent_mmd_memory_vector_layer_memorylayer_runtim_a5d23e7f,runtime_card_codex_runtime_0655e230,runtime_evidence_bundle_d471a232,types_36_674380ec,index_17_642943a2,projection_1b250ea1,types_38_e8efcd57,validation_7_c4e6d8b6 toolNode
  classDef memNode fill:#555,color:#fff
  class node_agent_mmd_orchestration_layer_orchestration_chec_7fd47f5c,node_agent_mmd_llm_model_layer_llmlayer_check_steerin_0e1bf90d,node_agent_mmd_tool_layer_toollayer_check_steering_fe_eafecf3a,node_agent_mmd_memory_vector_layer_memorylayer_check__64c86928,normalize_workflow_contracts_8701f1c8,sync_codex_preflight_7e7a8dc2,test_harness_upgrade_matrix_84113c4e,node_agent_mmd_llm_model_layer_llmlayer_validate_prom_9880f764,node_agent_mmd_memory_vector_layer_memorylayer_valida_c52c4db8,validate_runtime_packet_schemas_bc3ba8ec,validate_workflow_contracts_33dc063c,branch_protect_core_a8feb0fd,node_agent_mmd_tool_layer_toollayer_ci_migrate_core_c_049f8460,node_agent_mmd_memory_vector_layer_memorylayer_ci_mig_0cd5b1a4,context_health_80bb7da9,node_agent_mmd_llm_model_layer_llmlayer_context_conte_ad2dfbd9,node_agent_mmd_memory_vector_layer_memorylayer_contex_78ceaaa9,docs_gate_core_eb9b6c18,node_agent_mmd_llm_model_layer_llmlayer_index_context_1041bd11,node_agent_mmd_memory_vector_layer_memorylayer_index__6f3402d0,local_memory_preflight_dcc36c42,memory_gate_a577a506,pattern_scope_siblings_43abe000,review_context_ca6cf81d,node_agent_mmd_tool_layer_toollayer_review_gate_core__7704598b,node_agent_mmd_memory_vector_layer_memorylayer_review_5bee9816,node_agent_mmd_llm_model_layer_llmlayer_search_search_66b9a911,node_agent_mmd_memory_vector_layer_memorylayer_search_ac35cb7e,session_context_e5ec72c0,node_agent_mmd_orchestration_layer_orchestration_tool_acfe0c01,node_agent_mmd_memory_vector_layer_memorylayer_toolin_a1185b8f,run_local_memory_preflight_36e92808,node_agent_mmd_orchestration_layer_orchestration_chec_0550c395,node_agent_mmd_tool_layer_toollayer_checker_checker_2_453d593b,node_agent_mmd_memory_vector_layer_memorylayer_checke_a583eb4f,node_agent_mmd_orchestration_layer_orchestration_cont_61b3b9c9,node_agent_mmd_llm_model_layer_llmlayer_context_healt_cfc0bfa8,node_agent_mmd_memory_vector_layer_memorylayer_contex_3204aa0e,node_agent_mmd_orchestration_layer_orchestration_type_4f906dcc,node_agent_mmd_memory_vector_layer_memorylayer_types__9ad640a0,branch_protect_sync_570adb18,node_agent_mmd_tool_layer_toollayer_command_capabilit_e97a4615,node_agent_mmd_memory_vector_layer_memorylayer_comman_c72a5d05,node_agent_mmd_orchestration_layer_orchestration_comm_1f8cc24c,node_agent_mmd_llm_model_layer_llmlayer_command_specs_782af9fa,node_agent_mmd_memory_vector_layer_memorylayer_comman_111eb454,local_memory_preflight_command_spec_9e23f3ce,memory_gate_command_spec_dc9001a9,review_gate_command_spec_3187376a,session_context_command_spec_973afbb1,node_agent_mmd_llm_model_layer_llmlayer_constants_con_c9bd3f6c,node_agent_mmd_memory_vector_layer_memorylayer_consta_702d3f46,context_compact_policy_3dcaf95d,node_agent_mmd_llm_model_layer_llmlayer_index_index_1_02e160ff,node_agent_mmd_memory_vector_layer_memorylayer_index__752bc61e,node_agent_mmd_llm_model_layer_llmlayer_indexer_index_4f4deef5,node_agent_mmd_memory_vector_layer_memorylayer_indexe_93e6d86f,init_error_5c7dd49f,lexical_fallback_723e2b3e,node_agent_mmd_llm_model_layer_llmlayer_ollama_ollama_968b23fa,node_agent_mmd_memory_vector_layer_memorylayer_ollama_6d51be16,rollout_a4fa034c,sources_878a52fc,store_824d80d7,node_agent_mmd_llm_model_layer_llmlayer_sync_contract_9f3cc8c1,node_agent_mmd_memory_vector_layer_memorylayer_sync_c_e43418bc,types_8_f6283648,harness_run_context_ac7c77a9,index_4_013aa0e3,json_schema_core_96d7e328,node_agent_mmd_orchestration_layer_orchestration_poli_3270b55d,node_agent_mmd_tool_layer_toollayer_policy_validators_af136abf,node_agent_mmd_memory_vector_layer_memorylayer_policy_1944de42,node_agent_mmd_orchestration_layer_orchestration_type_7cf81261,node_agent_mmd_tool_layer_toollayer_types_core_types__6c8319b6,node_agent_mmd_memory_vector_layer_memorylayer_types__83f369fa,node_agent_mmd_orchestration_layer_orchestration_vali_d9fe99e6,node_agent_mmd_tool_layer_toollayer_validator_core_va_6ef6131f,node_agent_mmd_memory_vector_layer_memorylayer_valida_41034356,node_agent_mmd_orchestration_layer_orchestration_init_2a9c3ecb,node_agent_mmd_memory_vector_layer_memorylayer_init_m_333d02c5,node_agent_mmd_orchestration_layer_orchestration_proj_6ab6f60f,node_agent_mmd_memory_vector_layer_memorylayer_projec_3ae304d9,scaffold_diagram_templates_dd88e83c,node_agent_mmd_orchestration_layer_orchestration_scaf_12cc07db,node_agent_mmd_memory_vector_layer_memorylayer_scaffo_5fd73b94,node_agent_mmd_orchestration_layer_orchestration_scaf_c9a90c2f,node_agent_mmd_tool_layer_toollayer_scaffold_environm_c1afc013,node_agent_mmd_memory_vector_layer_memorylayer_scaffo_12b42341,scaffold_root_command_templates_404fed7f,scaffold_script_template_registry_69312d4e,scaffold_shell_templates_0ad0f915,scaffold_surfaces_12d6494e,node_agent_mmd_orchestration_layer_orchestration_scaf_ff8f92f6,node_agent_mmd_memory_vector_layer_memorylayer_scaffo_a86eece1,scaffold_workflow_template_92310587,eval_seed_5699fd3e,index_10_f6785a46,review_context_1_e3afed15,memory_gate_1_265164ac,branch_enforcer_acb749cd,cli_args_5_09ea29f0,node_agent_mmd_tool_layer_toollayer_cli_cli_2_1_32d9eeaf,node_agent_mmd_memory_vector_layer_memorylayer_cli_cl_1f1f89ab,node_agent_mmd_tool_layer_toollayer_metrics_tracker_m_4c9237d8,node_agent_mmd_memory_vector_layer_memorylayer_metric_12562178,types_19_eb4ad5f0,validator_5_b19ac2be,node_agent_mmd_orchestration_layer_orchestration_clas_899b821a,node_agent_mmd_memory_vector_layer_memorylayer_classi_1ebbf5ff,node_agent_mmd_orchestration_layer_orchestration_tool_cc43149f,node_agent_mmd_tool_layer_toollayer_tooling_baseline__61e66e9f,node_agent_mmd_memory_vector_layer_memorylayer_toolin_14f86b00,claim_helpers_20dc8387,types_24_c63dc1a7,local_memory_smoke_1175abfc,local_memory_0db17ecc,performance_overload_c685bfcf,node_agent_mmd_orchestration_layer_orchestration_sugg_85c5ebe3,node_agent_mmd_memory_vector_layer_memorylayer_sugges_267f408d,node_agent_mmd_orchestration_layer_orchestration_prom_d17b4de2,node_agent_mmd_llm_model_layer_llmlayer_prompt_contex_81f9066a,node_agent_mmd_tool_layer_toollayer_prompt_context_dr_a2772f2b,node_agent_mmd_memory_vector_layer_memorylayer_prompt_ae34fc43,node_agent_mmd_orchestration_layer_orchestration_prom_77088997,node_agent_mmd_llm_model_layer_llmlayer_prompt_contex_e5066b88,node_agent_mmd_tool_layer_toollayer_prompt_context_dr_bd82da46,node_agent_mmd_memory_vector_layer_memorylayer_prompt_efd77624,node_agent_mmd_llm_model_layer_llmlayer_prompt_contex_6426acc2,node_agent_mmd_memory_vector_layer_memorylayer_prompt_55c0d605,types_31_eb363e20,policy_1_fc4198db,node_agent_mmd_tool_layer_toollayer_runtime_card_code_3636ceac,node_agent_mmd_memory_vector_layer_memorylayer_runtim_a5d23e7f,cli_11_338a8415,collector_0736fd5b,types_34_85e6a0bb,overload_guard_2748c559 memNode
-   class node_agent_mmd_orchestration_layer_orchestration_chec_7a9f0b64,node_agent_mmd_llm_model_layer_llmlayer_check_codex_a_29e7b7fa,node_agent_mmd_tool_layer_toollayer_check_codex_agent_4b361d5a,node_agent_mmd_orchestration_layer_orchestration_chec_7fd47f5c,node_agent_mmd_llm_model_layer_llmlayer_check_steerin_0e1bf90d,node_agent_mmd_tool_layer_toollayer_check_steering_fe_eafecf3a,node_agent_mmd_memory_vector_layer_memorylayer_check__64c86928,node_agent_mmd_orchestration_layer_orchestration_run__18817957,node_agent_mmd_llm_model_layer_llmlayer_run_harness_e_603fcfdc,node_agent_mmd_tool_layer_toollayer_run_harness_evals_e2ee24f1,node_agent_mmd_orchestration_layer_orchestration_vali_c01b04be,node_agent_mmd_llm_model_layer_llmlayer_validate_pack_2a12e1f4,node_agent_mmd_tool_layer_toollayer_validate_packaged_2855c827,cli_99bb8840,agent_readiness_c82c68e6,brain_core_aa07c380,brain_bbbf7a64,doctor_north_star_contract_checks_0048124c,doctor_roadmap_file_checks_14447b8e,doctor_72f4be89,drift_gate_rules_9685e72d,next_runner_inputs_754dba64,next_runner_41643472,next_usage_errors_837a345a,next_c6c1c9a9,remediate_findings_8b09c8c6,remediate_git_58c6f6f4,remediate_run_record_9dfe5dc1,node_agent_mmd_orchestration_layer_orchestration_reme_359fe98f,node_agent_mmd_llm_model_layer_llmlayer_remediate_run_9e3d4585,node_agent_mmd_tool_layer_toollayer_remediate_runner__c003b871,remediate_06b9c7fc,runtime_card_args_2b3d4b28,runtime_card_options_c9156ad5,runtime_card_e06b53e1,node_agent_mmd_orchestration_layer_orchestration_tool_acfe0c01,node_agent_mmd_memory_vector_layer_memorylayer_toolin_a1185b8f,upgrade_7fef9479,node_agent_mmd_orchestration_layer_orchestration_chec_0550c395,node_agent_mmd_tool_layer_toollayer_checker_checker_2_453d593b,node_agent_mmd_memory_vector_layer_memorylayer_checke_a583eb4f,cli_1_084e05fe,node_agent_mmd_orchestration_layer_orchestration_cont_61b3b9c9,node_agent_mmd_llm_model_layer_llmlayer_context_healt_cfc0bfa8,node_agent_mmd_memory_vector_layer_memorylayer_contex_3204aa0e,package_scripts_3ee6150f,repo_evidence_38bb1de5,status_073c1634,node_agent_mmd_orchestration_layer_orchestration_type_4f906dcc,node_agent_mmd_memory_vector_layer_memorylayer_types__9ad640a0,agent_readiness_command_spec_a30c2c1e,brain_command_spec_15b122d5,command_agent_catalog_rules_8e06b2af,node_agent_mmd_orchestration_layer_orchestration_comm_6e41a7f7,node_agent_mmd_tool_layer_toollayer_command_capabilit_7fe13db1,node_agent_mmd_orchestration_layer_orchestration_comm_1f8cc24c,node_agent_mmd_llm_model_layer_llmlayer_command_specs_782af9fa,node_agent_mmd_memory_vector_layer_memorylayer_comman_111eb454,command_specs_69167c63,node_agent_mmd_orchestration_layer_orchestration_line_b67affd5,node_agent_mmd_tool_layer_toollayer_linear_command_ru_d6763748,linear_command_spec_1e12dd44,upgrade_command_spec_03f6c7bd,north_star_alignment_00440188,node_agent_mmd_orchestration_layer_orchestration_poli_3270b55d,node_agent_mmd_tool_layer_toollayer_policy_validators_af136abf,node_agent_mmd_memory_vector_layer_memorylayer_policy_1944de42,run_records_core_89286dfa,node_agent_mmd_orchestration_layer_orchestration_type_7cf81261,node_agent_mmd_tool_layer_toollayer_types_core_types__6c8319b6,node_agent_mmd_memory_vector_layer_memorylayer_types__83f369fa,node_agent_mmd_orchestration_layer_orchestration_vali_d9fe99e6,node_agent_mmd_tool_layer_toollayer_validator_core_va_6ef6131f,node_agent_mmd_memory_vector_layer_memorylayer_valida_41034356,node_agent_mmd_orchestration_layer_orchestration_he_p_fc778c24,node_agent_mmd_tool_layer_toollayer_he_phase_exit_cor_af016160,node_agent_mmd_orchestration_layer_orchestration_init_2a9c3ecb,node_agent_mmd_memory_vector_layer_memorylayer_init_m_333d02c5,node_agent_mmd_orchestration_layer_orchestration_proj_6ab6f60f,node_agent_mmd_memory_vector_layer_memorylayer_projec_3ae304d9,node_agent_mmd_orchestration_layer_orchestration_scaf_12cc07db,node_agent_mmd_memory_vector_layer_memorylayer_scaffo_5fd73b94,node_agent_mmd_orchestration_layer_orchestration_scaf_c9a90c2f,node_agent_mmd_tool_layer_toollayer_scaffold_environm_c1afc013,node_agent_mmd_memory_vector_layer_memorylayer_scaffo_12b42341,node_agent_mmd_orchestration_layer_orchestration_scaf_ff8f92f6,node_agent_mmd_memory_vector_layer_memorylayer_scaffo_a86eece1,types_15_86775c96,node_agent_mmd_orchestration_layer_orchestration_clas_899b821a,node_agent_mmd_memory_vector_layer_memorylayer_classi_1ebbf5ff,control_plane_core_db3b4cb2,metrics_capture_core_db4bf7cf,registries_06402afa,lifecycle_intent_test_fixtures_a53c7ada,node_agent_mmd_orchestration_layer_orchestration_tool_cc43149f,node_agent_mmd_tool_layer_toollayer_tooling_baseline__61e66e9f,node_agent_mmd_memory_vector_layer_memorylayer_toolin_14f86b00,add_cli_7614de25,brain_validator_be251832,cli_args_8_d546936e,cli_types_1686e858,cli_value_flags_732a8e43,cli_9_b54c1407,domain_mapper_cd9333d2,help_106a5842,lint_attachments_873c0632,lint_checks_83522b19,lint_cli_9ec62ec0,lint_pages_e33301d0,lint_types_2862c255,metadata_scanner_6a101b66,preflight_cli_5d148379,query_cli_b95be64d,query_presenter_02e6077c,rules_6c621d1a,stale_cli_64548720,stale_presenter_1de4e3a2,status_cli_4c24a0d6,status_presenter_8de686c1,node_agent_mmd_orchestration_layer_orchestration_sugg_85c5ebe3,node_agent_mmd_memory_vector_layer_memorylayer_sugges_267f408d,node_agent_mmd_orchestration_layer_orchestration_prom_d17b4de2,node_agent_mmd_llm_model_layer_llmlayer_prompt_contex_81f9066a,node_agent_mmd_tool_layer_toollayer_prompt_context_dr_a2772f2b,node_agent_mmd_memory_vector_layer_memorylayer_prompt_ae34fc43,node_agent_mmd_orchestration_layer_orchestration_prom_77088997,node_agent_mmd_llm_model_layer_llmlayer_prompt_contex_e5066b88,node_agent_mmd_tool_layer_toollayer_prompt_context_dr_bd82da46,node_agent_mmd_memory_vector_layer_memorylayer_prompt_efd77624,orchestrator_11376b7e,eval_runner_0966a6b3,runtime_card_trace_64a5ca95,runtime_evidence_contract_0f7b15b2,analysis_f44e85c4,runner_527aa9f4,verify_work_1_cd8e7ec3,cli_args_14_3481043e,runner_1_6f281bf8,orchestrator_core_d0678b53,orchestrator_1_6b7137c5 agentNode
-   classDef llmNode fill:#555,color:#fff
-   class node_agent_mmd_orchestration_layer_orchestration_chec_7a9f0b64,node_agent_mmd_llm_model_layer_llmlayer_check_codex_a_29e7b7fa,node_agent_mmd_tool_layer_toollayer_check_codex_agent_4b361d5a,node_agent_mmd_orchestration_layer_orchestration_chec_7fd47f5c,node_agent_mmd_llm_model_layer_llmlayer_check_steerin_0e1bf90d,node_agent_mmd_tool_layer_toollayer_check_steering_fe_eafecf3a,node_agent_mmd_memory_vector_layer_memorylayer_check__64c86928,node_agent_mmd_orchestration_layer_orchestration_run__18817957,node_agent_mmd_llm_model_layer_llmlayer_run_harness_e_603fcfdc,node_agent_mmd_tool_layer_toollayer_run_harness_evals_e2ee24f1,validate_decision_request_2e5c325e,validate_goal_completion_audit_receipt_100d252c,node_agent_mmd_orchestration_layer_orchestration_vali_c01b04be,node_agent_mmd_llm_model_layer_llmlayer_validate_pack_2a12e1f4,node_agent_mmd_tool_layer_toollayer_validate_packaged_2855c827,node_agent_mmd_llm_model_layer_llmlayer_validate_prom_9880f764,node_agent_mmd_memory_vector_layer_memorylayer_valida_c52c4db8,validate_reviewer_coverage_251efee3,check_environment_core_2c16213f,node_agent_mmd_llm_model_layer_llmlayer_context_conte_ad2dfbd9,node_agent_mmd_memory_vector_layer_memorylayer_contex_78ceaaa9,node_agent_mmd_llm_model_layer_llmlayer_index_context_1041bd11,node_agent_mmd_memory_vector_layer_memorylayer_index__6f3402d0,prompt_gate_c5e9d207,node_agent_mmd_orchestration_layer_orchestration_reme_359fe98f,node_agent_mmd_llm_model_layer_llmlayer_remediate_run_9e3d4585,node_agent_mmd_tool_layer_toollayer_remediate_runner__c003b871,node_agent_mmd_llm_model_layer_llmlayer_search_search_66b9a911,node_agent_mmd_memory_vector_layer_memorylayer_search_ac35cb7e,node_agent_mmd_orchestration_layer_orchestration_cont_61b3b9c9,node_agent_mmd_llm_model_layer_llmlayer_context_healt_cfc0bfa8,node_agent_mmd_memory_vector_layer_memorylayer_contex_3204aa0e,node_agent_mmd_orchestration_layer_orchestration_comm_1f8cc24c,node_agent_mmd_llm_model_layer_llmlayer_command_specs_782af9fa,node_agent_mmd_memory_vector_layer_memorylayer_comman_111eb454,prompt_gate_command_spec_9a941482,node_agent_mmd_llm_model_layer_llmlayer_constants_con_c9bd3f6c,node_agent_mmd_memory_vector_layer_memorylayer_consta_702d3f46,node_agent_mmd_llm_model_layer_llmlayer_index_index_1_02e160ff,node_agent_mmd_memory_vector_layer_memorylayer_index__752bc61e,node_agent_mmd_llm_model_layer_llmlayer_indexer_index_4f4deef5,node_agent_mmd_memory_vector_layer_memorylayer_indexe_93e6d86f,node_agent_mmd_llm_model_layer_llmlayer_ollama_ollama_968b23fa,node_agent_mmd_memory_vector_layer_memorylayer_ollama_6d51be16,node_agent_mmd_llm_model_layer_llmlayer_sync_contract_9f3cc8c1,node_agent_mmd_memory_vector_layer_memorylayer_sync_c_e43418bc,north_star_validators_cfc926ce,hilt_boundary_9b36fb15,types_9_1db4641f,goal_completion_audit_receipt_validation_9d0f4891,goal_completion_audit_receipt_5e4939c3,index_4_013aa0e3,node_agent_mmd_tool_layer_toollayer_constants_constan_9d71b829,types_16_0fae1112,sensitive_text_7c11f760,pr_template_linked_issue_relationship_a7b61f2c,pr_template_validator_rules_20a32d6b,node_agent_mmd_orchestration_layer_orchestration_prom_d17b4de2,node_agent_mmd_llm_model_layer_llmlayer_prompt_contex_81f9066a,node_agent_mmd_tool_layer_toollayer_prompt_context_dr_a2772f2b,node_agent_mmd_memory_vector_layer_memorylayer_prompt_ae34fc43,node_agent_mmd_orchestration_layer_orchestration_prom_77088997,node_agent_mmd_llm_model_layer_llmlayer_prompt_contex_e5066b88,node_agent_mmd_tool_layer_toollayer_prompt_context_dr_bd82da46,node_agent_mmd_memory_vector_layer_memorylayer_prompt_efd77624,node_agent_mmd_llm_model_layer_llmlayer_prompt_contex_6426acc2,node_agent_mmd_memory_vector_layer_memorylayer_prompt_55c0d605,cli_args_9_9c136878,cli_10_35dc8cbd,sections_4697ef32,types_26_a5814179,validator_6_3688adbf,cli_args_10_861cdd3f llmNode
-   classDef toolNode fill:#555,color:#fff
-   class node_agent_mmd_orchestration_layer_orchestration_chec_7a9f0b64,node_agent_mmd_llm_model_layer_llmlayer_check_codex_a_29e7b7fa,node_agent_mmd_tool_layer_toollayer_check_codex_agent_4b361d5a,node_agent_mmd_orchestration_layer_orchestration_chec_7fd47f5c,node_agent_mmd_llm_model_layer_llmlayer_check_steerin_0e1bf90d,node_agent_mmd_tool_layer_toollayer_check_steering_fe_eafecf3a,node_agent_mmd_memory_vector_layer_memorylayer_check__64c86928,node_agent_mmd_orchestration_layer_orchestration_run__18817957,node_agent_mmd_llm_model_layer_llmlayer_run_harness_e_603fcfdc,node_agent_mmd_tool_layer_toollayer_run_harness_evals_e2ee24f1,validate_action_review_receipt_fa2f06c3,node_agent_mmd_orchestration_layer_orchestration_vali_c01b04be,node_agent_mmd_llm_model_layer_llmlayer_validate_pack_2a12e1f4,node_agent_mmd_tool_layer_toollayer_validate_packaged_2855c827,validate_replay_packet_f309747e,node_agent_mmd_tool_layer_toollayer_ci_migrate_core_c_049f8460,node_agent_mmd_memory_vector_layer_memorylayer_ci_mig_0cd5b1a4,doctor_checks_5a2eb2b9,doctor_github_tool_checks_a53b0382,doctor_tool_checks_4acac51a,next_blocked_decisions_4140ad2b,policy_gate_213f7313,remediate_cli_output_cc165396,node_agent_mmd_orchestration_layer_orchestration_reme_359fe98f,node_agent_mmd_llm_model_layer_llmlayer_remediate_run_9e3d4585,node_agent_mmd_tool_layer_toollayer_remediate_runner__c003b871,node_agent_mmd_tool_layer_toollayer_review_gate_core__7704598b,node_agent_mmd_memory_vector_layer_memorylayer_review_5bee9816,index_1bc04b52,types_1_4ecdf56e,validation_constants_e002a0f6,validation_98c41dcd,node_agent_mmd_orchestration_layer_orchestration_chec_0550c395,node_agent_mmd_tool_layer_toollayer_checker_checker_2_453d593b,node_agent_mmd_memory_vector_layer_memorylayer_checke_a583eb4f,cli_args_1_6144b055,node_agent_mmd_orchestration_layer_orchestration_comm_6e41a7f7,node_agent_mmd_tool_layer_toollayer_command_capabilit_7fe13db1,node_agent_mmd_tool_layer_toollayer_command_capabilit_e97a4615,node_agent_mmd_memory_vector_layer_memorylayer_comman_c72a5d05,linear_command_actions_e430f4f4,node_agent_mmd_orchestration_layer_orchestration_line_b67affd5,node_agent_mmd_tool_layer_toollayer_linear_command_ru_d6763748,node_agent_mmd_orchestration_layer_orchestration_poli_3270b55d,node_agent_mmd_tool_layer_toollayer_policy_validators_af136abf,node_agent_mmd_memory_vector_layer_memorylayer_policy_1944de42,node_agent_mmd_orchestration_layer_orchestration_type_7cf81261,node_agent_mmd_tool_layer_toollayer_types_core_types__6c8319b6,node_agent_mmd_memory_vector_layer_memorylayer_types__83f369fa,node_agent_mmd_orchestration_layer_orchestration_vali_d9fe99e6,node_agent_mmd_tool_layer_toollayer_validator_core_va_6ef6131f,node_agent_mmd_memory_vector_layer_memorylayer_valida_41034356,validator_helpers_7b927667,node_agent_mmd_orchestration_layer_orchestration_he_p_fc778c24,node_agent_mmd_tool_layer_toollayer_he_phase_exit_cor_af016160,ralph_runtime_73d63c0e,observed_skill_usage_ed7d5930,closure_evidence_aaa31467,pr_creator_dc6b1ea4,client_948fe603,init_output_360dce91,scaffold_ci_templates_2afd6392,scaffold_codex_environment_templates_334fbbed,scaffold_config_templates_4b80ce53,node_agent_mmd_orchestration_layer_orchestration_scaf_c9a90c2f,node_agent_mmd_tool_layer_toollayer_scaffold_environm_c1afc013,node_agent_mmd_memory_vector_layer_memorylayer_scaffo_12b42341,scaffold_github_actions_pr_pipeline_renderer_1ee18de5,scaffold_github_actions_pr_pipeline_template_e2b85f62,scaffold_release_private_npm_template_075499f8,node_agent_mmd_llm_model_layer_llmlayer_constants_con_c9bd3f6c,node_agent_mmd_tool_layer_toollayer_constants_constan_9d71b829,index_8_6f0f20ec,validation_common_6161e48b,node_agent_mmd_tool_layer_toollayer_cli_cli_2_1_32d9eeaf,node_agent_mmd_memory_vector_layer_memorylayer_cli_cl_1f1f89ab,node_agent_mmd_tool_layer_toollayer_metrics_tracker_m_4c9237d8,node_agent_mmd_memory_vector_layer_memorylayer_metric_12562178,normalise_renderer_85f2e563,evaluation_engine_core_e054fe49,node_agent_mmd_orchestration_layer_orchestration_tool_cc43149f,node_agent_mmd_tool_layer_toollayer_tooling_baseline__61e66e9f,node_agent_mmd_memory_vector_layer_memorylayer_toolin_14f86b00,node_agent_mmd_orchestration_layer_orchestration_prom_d17b4de2,node_agent_mmd_llm_model_layer_llmlayer_prompt_contex_81f9066a,node_agent_mmd_tool_layer_toollayer_prompt_context_dr_a2772f2b,node_agent_mmd_memory_vector_layer_memorylayer_prompt_ae34fc43,node_agent_mmd_orchestration_layer_orchestration_prom_77088997,node_agent_mmd_llm_model_layer_llmlayer_prompt_contex_e5066b88,node_agent_mmd_tool_layer_toollayer_prompt_context_dr_bd82da46,node_agent_mmd_memory_vector_layer_memorylayer_prompt_efd77624,replay_packet_a1293f88,index_13_97df39c8,review_lifecycle_contract_e5447221,review_lifecycle_89afa64c,node_agent_mmd_tool_layer_toollayer_runtime_card_code_3636ceac,node_agent_mmd_memory_vector_layer_memorylayer_runtim_a5d23e7f,runtime_card_codex_runtime_0655e230,runtime_evidence_bundle_d471a232,types_35_93e66c64,index_16_373c8a49,projection_1b250ea1,types_37_32ccf9f9,validation_7_c4e6d8b6 toolNode
-   classDef memNode fill:#555,color:#fff
-   class node_agent_mmd_orchestration_layer_orchestration_chec_7fd47f5c,node_agent_mmd_llm_model_layer_llmlayer_check_steerin_0e1bf90d,node_agent_mmd_tool_layer_toollayer_check_steering_fe_eafecf3a,node_agent_mmd_memory_vector_layer_memorylayer_check__64c86928,normalize_workflow_contracts_8701f1c8,sync_codex_preflight_7e7a8dc2,test_harness_upgrade_matrix_84113c4e,node_agent_mmd_llm_model_layer_llmlayer_validate_prom_9880f764,node_agent_mmd_memory_vector_layer_memorylayer_valida_c52c4db8,validate_runtime_packet_schemas_bc3ba8ec,validate_workflow_contracts_33dc063c,branch_protect_core_a8feb0fd,node_agent_mmd_tool_layer_toollayer_ci_migrate_core_c_049f8460,node_agent_mmd_memory_vector_layer_memorylayer_ci_mig_0cd5b1a4,context_health_80bb7da9,node_agent_mmd_llm_model_layer_llmlayer_context_conte_ad2dfbd9,node_agent_mmd_memory_vector_layer_memorylayer_contex_78ceaaa9,docs_gate_core_eb9b6c18,node_agent_mmd_llm_model_layer_llmlayer_index_context_1041bd11,node_agent_mmd_memory_vector_layer_memorylayer_index__6f3402d0,local_memory_preflight_dcc36c42,memory_gate_a577a506,pattern_scope_siblings_43abe000,review_context_ca6cf81d,node_agent_mmd_tool_layer_toollayer_review_gate_core__7704598b,node_agent_mmd_memory_vector_layer_memorylayer_review_5bee9816,node_agent_mmd_llm_model_layer_llmlayer_search_search_66b9a911,node_agent_mmd_memory_vector_layer_memorylayer_search_ac35cb7e,session_context_e5ec72c0,node_agent_mmd_orchestration_layer_orchestration_tool_acfe0c01,node_agent_mmd_memory_vector_layer_memorylayer_toolin_a1185b8f,run_local_memory_preflight_36e92808,node_agent_mmd_orchestration_layer_orchestration_chec_0550c395,node_agent_mmd_tool_layer_toollayer_checker_checker_2_453d593b,node_agent_mmd_memory_vector_layer_memorylayer_checke_a583eb4f,node_agent_mmd_orchestration_layer_orchestration_cont_61b3b9c9,node_agent_mmd_llm_model_layer_llmlayer_context_healt_cfc0bfa8,node_agent_mmd_memory_vector_layer_memorylayer_contex_3204aa0e,node_agent_mmd_orchestration_layer_orchestration_type_4f906dcc,node_agent_mmd_memory_vector_layer_memorylayer_types__9ad640a0,branch_protect_sync_570adb18,node_agent_mmd_tool_layer_toollayer_command_capabilit_e97a4615,node_agent_mmd_memory_vector_layer_memorylayer_comman_c72a5d05,node_agent_mmd_orchestration_layer_orchestration_comm_1f8cc24c,node_agent_mmd_llm_model_layer_llmlayer_command_specs_782af9fa,node_agent_mmd_memory_vector_layer_memorylayer_comman_111eb454,local_memory_preflight_command_spec_9e23f3ce,memory_gate_command_spec_dc9001a9,review_gate_command_spec_3187376a,session_context_command_spec_973afbb1,node_agent_mmd_llm_model_layer_llmlayer_constants_con_c9bd3f6c,node_agent_mmd_memory_vector_layer_memorylayer_consta_702d3f46,context_compact_policy_3dcaf95d,node_agent_mmd_llm_model_layer_llmlayer_index_index_1_02e160ff,node_agent_mmd_memory_vector_layer_memorylayer_index__752bc61e,node_agent_mmd_llm_model_layer_llmlayer_indexer_index_4f4deef5,node_agent_mmd_memory_vector_layer_memorylayer_indexe_93e6d86f,init_error_5c7dd49f,lexical_fallback_723e2b3e,node_agent_mmd_llm_model_layer_llmlayer_ollama_ollama_968b23fa,node_agent_mmd_memory_vector_layer_memorylayer_ollama_6d51be16,rollout_a4fa034c,sources_878a52fc,store_824d80d7,node_agent_mmd_llm_model_layer_llmlayer_sync_contract_9f3cc8c1,node_agent_mmd_memory_vector_layer_memorylayer_sync_c_e43418bc,types_7_2f1ed65e,harness_run_context_ac7c77a9,index_3_7e40d474,json_schema_core_96d7e328,node_agent_mmd_orchestration_layer_orchestration_poli_3270b55d,node_agent_mmd_tool_layer_toollayer_policy_validators_af136abf,node_agent_mmd_memory_vector_layer_memorylayer_policy_1944de42,node_agent_mmd_orchestration_layer_orchestration_type_7cf81261,node_agent_mmd_tool_layer_toollayer_types_core_types__6c8319b6,node_agent_mmd_memory_vector_layer_memorylayer_types__83f369fa,node_agent_mmd_orchestration_layer_orchestration_vali_d9fe99e6,node_agent_mmd_tool_layer_toollayer_validator_core_va_6ef6131f,node_agent_mmd_memory_vector_layer_memorylayer_valida_41034356,node_agent_mmd_orchestration_layer_orchestration_init_2a9c3ecb,node_agent_mmd_memory_vector_layer_memorylayer_init_m_333d02c5,node_agent_mmd_orchestration_layer_orchestration_proj_6ab6f60f,node_agent_mmd_memory_vector_layer_memorylayer_projec_3ae304d9,scaffold_diagram_templates_dd88e83c,node_agent_mmd_orchestration_layer_orchestration_scaf_12cc07db,node_agent_mmd_memory_vector_layer_memorylayer_scaffo_5fd73b94,node_agent_mmd_orchestration_layer_orchestration_scaf_c9a90c2f,node_agent_mmd_tool_layer_toollayer_scaffold_environm_c1afc013,node_agent_mmd_memory_vector_layer_memorylayer_scaffo_12b42341,scaffold_root_command_templates_404fed7f,scaffold_script_template_registry_69312d4e,scaffold_shell_templates_0ad0f915,scaffold_surfaces_12d6494e,node_agent_mmd_orchestration_layer_orchestration_scaf_ff8f92f6,node_agent_mmd_memory_vector_layer_memorylayer_scaffo_a86eece1,scaffold_workflow_template_92310587,eval_seed_5699fd3e,index_9_32dd4d91,review_context_1_e3afed15,memory_gate_1_265164ac,branch_enforcer_acb749cd,cli_args_5_09ea29f0,node_agent_mmd_tool_layer_toollayer_cli_cli_2_1_32d9eeaf,node_agent_mmd_memory_vector_layer_memorylayer_cli_cl_1f1f89ab,node_agent_mmd_tool_layer_toollayer_metrics_tracker_m_4c9237d8,node_agent_mmd_memory_vector_layer_memorylayer_metric_12562178,types_18_37582e2a,validator_4_5180cf23,node_agent_mmd_orchestration_layer_orchestration_clas_899b821a,node_agent_mmd_memory_vector_layer_memorylayer_classi_1ebbf5ff,node_agent_mmd_orchestration_layer_orchestration_tool_cc43149f,node_agent_mmd_tool_layer_toollayer_tooling_baseline__61e66e9f,node_agent_mmd_memory_vector_layer_memorylayer_toolin_14f86b00,claim_helpers_20dc8387,types_23_4352ee2e,local_memory_smoke_1175abfc,local_memory_0db17ecc,performance_overload_c685bfcf,node_agent_mmd_orchestration_layer_orchestration_sugg_85c5ebe3,node_agent_mmd_memory_vector_layer_memorylayer_sugges_267f408d,node_agent_mmd_orchestration_layer_orchestration_prom_d17b4de2,node_agent_mmd_llm_model_layer_llmlayer_prompt_contex_81f9066a,node_agent_mmd_tool_layer_toollayer_prompt_context_dr_a2772f2b,node_agent_mmd_memory_vector_layer_memorylayer_prompt_ae34fc43,node_agent_mmd_orchestration_layer_orchestration_prom_77088997,node_agent_mmd_llm_model_layer_llmlayer_prompt_contex_e5066b88,node_agent_mmd_tool_layer_toollayer_prompt_context_dr_bd82da46,node_agent_mmd_memory_vector_layer_memorylayer_prompt_efd77624,node_agent_mmd_llm_model_layer_llmlayer_prompt_contex_6426acc2,node_agent_mmd_memory_vector_layer_memorylayer_prompt_55c0d605,types_30_424b976c,policy_1_fc4198db,node_agent_mmd_tool_layer_toollayer_runtime_card_code_3636ceac,node_agent_mmd_memory_vector_layer_memorylayer_runtim_a5d23e7f,cli_11_338a8415,collector_0736fd5b,types_33_16e22a82,overload_guard_2748c559 memNode
